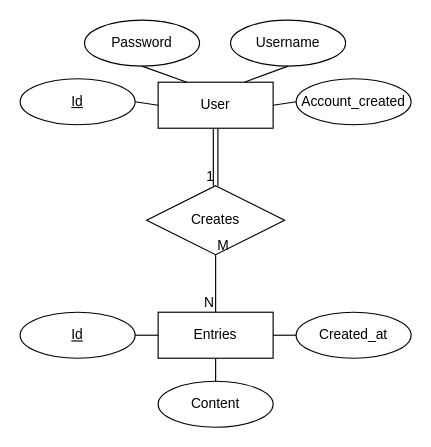
Above: er-diagram-diary.drawio in JohannaHannahoJ/ts-projektuppgift-jh-postgres (draw.io), before the change. Source tidied: cells renumbered, new cells numbered last; positions are measured from the earlier drawing's top-left corner, leaving out a move shared by most shapes. Both pictures are drawn from the tidied source at 115%, with x=0, y=0 at pixel (20, 20).
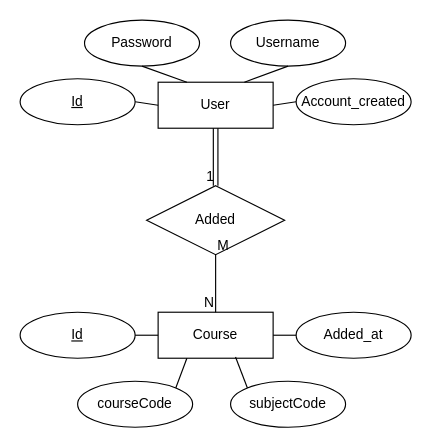
The same diagram, later.

Diff of the diagram source:
```diff
@@
-    <mxCell id="7" value="Entries" style="whiteSpace=wrap;html=1;align=center;" parent="1" vertex="1">
+    <mxCell id="7" value="Course" style="whiteSpace=wrap;html=1;align=center;" parent="1" vertex="1">
       <mxGeometry x="120" y="254" width="100" height="40" as="geometry" />
     </mxCell>
@@
-    <mxCell id="9" value="Creates" style="shape=rhombus;perimeter=rhombusPerimeter;whiteSpace=wrap;html=1;align=center;" parent="1" vertex="1">
+    <mxCell id="9" value="Added" style="shape=rhombus;perimeter=rhombusPerimeter;whiteSpace=wrap;html=1;align=center;" parent="1" vertex="1">
       <mxGeometry x="110" y="144" width="120" height="60" as="geometry" />
     </mxCell>
@@
-    <mxCell id="15" value="Content" style="ellipse;whiteSpace=wrap;html=1;align=center;" parent="1" vertex="1">
-      <mxGeometry x="120" y="314" width="100" height="40" as="geometry" />
+    <mxCell id="15" value="courseCode" style="ellipse;whiteSpace=wrap;html=1;align=center;" parent="1" vertex="1">
+      <mxGeometry x="50" y="314" width="100" height="40" as="geometry" />
     </mxCell>
-    <mxCell id="16" value="Created_at" style="ellipse;whiteSpace=wrap;html=1;align=center;" parent="1" vertex="1">
+    <mxCell id="16" value="Added_at" style="ellipse;whiteSpace=wrap;html=1;align=center;" parent="1" vertex="1">
       <mxGeometry x="240" y="254" width="100" height="40" as="geometry" />
     </mxCell>
@@
-    <mxCell id="18" style="endArrow=none;html=1;rounded=0;exitX=0.5;exitY=1;exitDx=0;exitDy=0;" parent="1" edge="1" source="7" target="15">
+    <mxCell id="18" style="endArrow=none;html=1;rounded=0;exitX=0.25;exitY=1;exitDx=0;exitDy=0;entryX=1;entryY=0;entryDx=0;entryDy=0;" parent="1" edge="1" source="7" target="15">
       <mxGeometry relative="1" as="geometry" />
     </mxCell>
@@
+    <mxCell id="24" value="subjectCode" style="ellipse;whiteSpace=wrap;html=1;align=center;" parent="1" vertex="1">
+      <mxGeometry x="183" y="314" width="100" height="40" as="geometry" />
+    </mxCell>
+    <mxCell id="25" style="endArrow=none;html=1;rounded=0;exitX=0.673;exitY=0.975;exitDx=0;exitDy=0;exitPerimeter=0;entryX=0;entryY=0;entryDx=0;entryDy=0;" parent="1" edge="1" source="7" target="24">
+      <mxGeometry relative="1" as="geometry" />
+    </mxCell>
```
